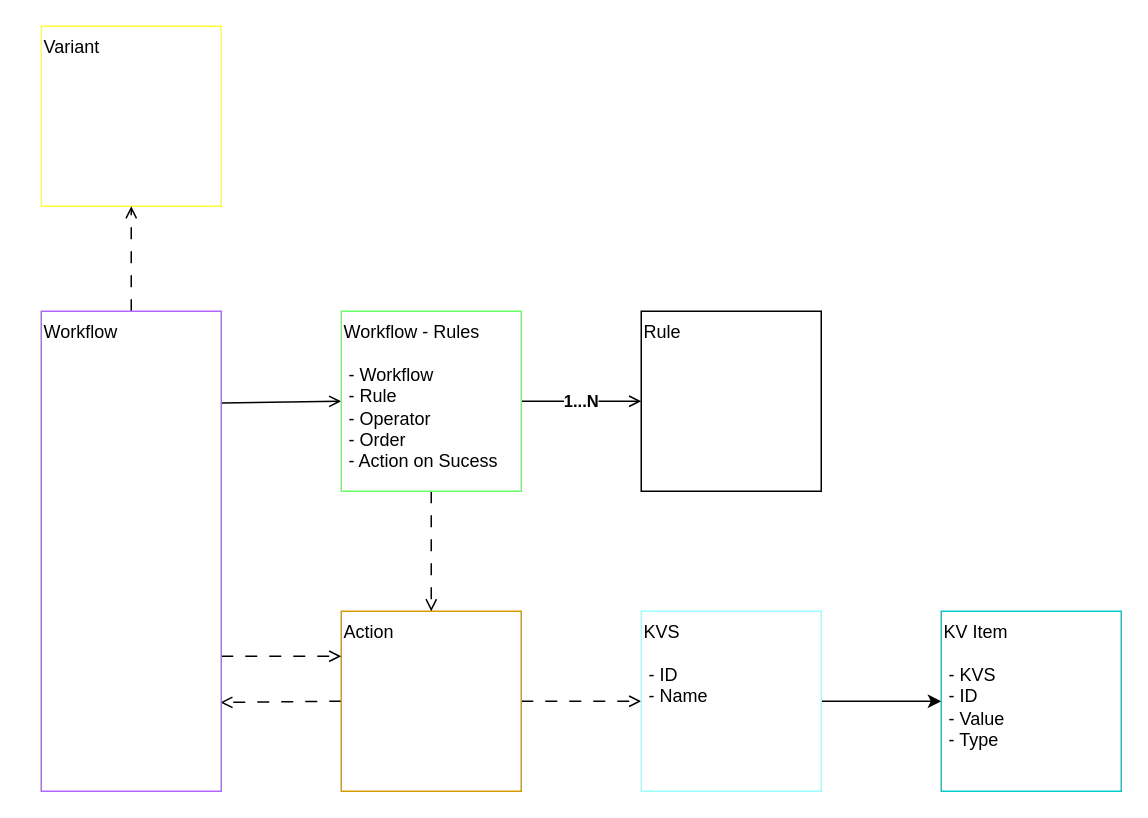
Above: page "Connections" (1 of 3) of NRule.drawio in edervzz/nrules (draw.io), before the change. Source tidied: cells renumbered, new cells numbered last; positions are measured from the earlier drawing's top-left corner, leaving out a move shared by most shapes. Both pictures are drawn from the tidied source at 150%, with x=0, y=0 at pixel (40, 26).
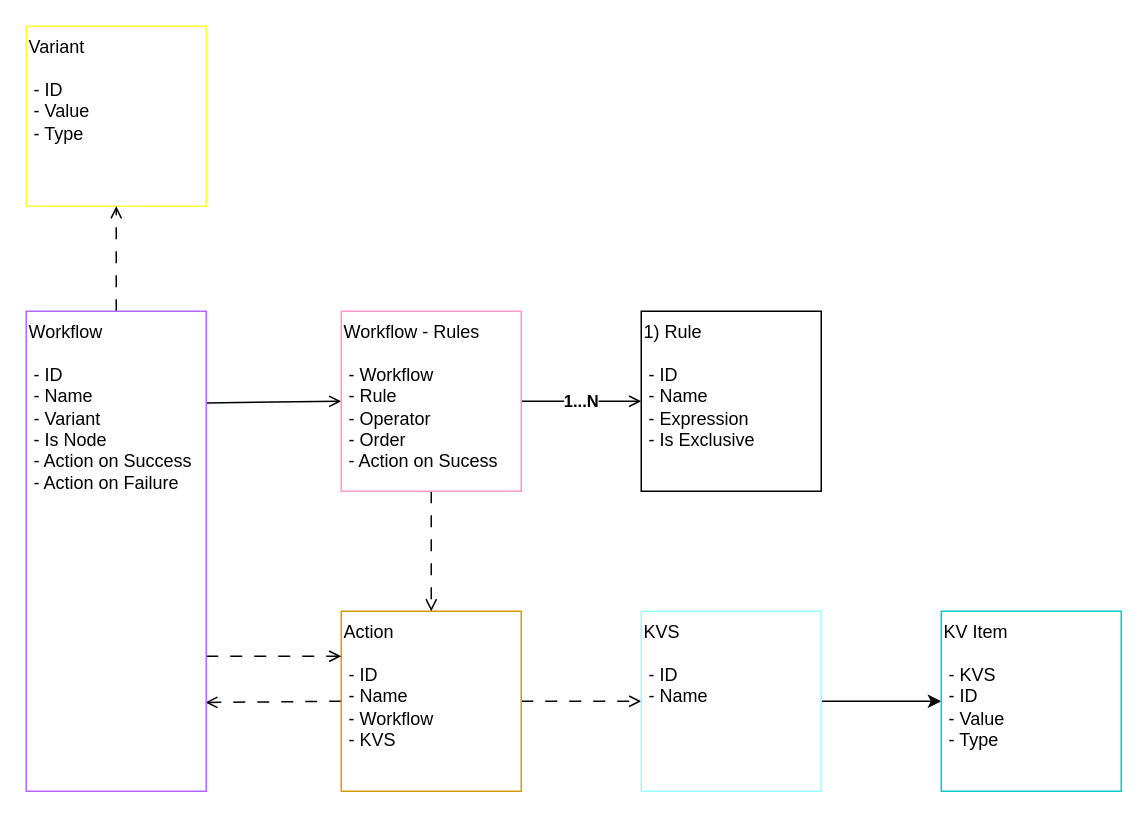
After the change.

The edit, as a diff of the source:
```diff
@@
 <mxGraphModel>
   <root>
     <mxCell id="0" />
     <mxCell id="1" parent="0" />
     <mxCell id="2" style="edgeStyle=none;html=1;dashed=1;endArrow=open;endFill=0;dashPattern=8 8;" parent="1" edge="1" source="4" target="15">
       <mxGeometry relative="1" as="geometry" />
     </mxCell>
     <mxCell id="3" style="edgeStyle=none;html=1;entryX=0.995;entryY=0.815;entryDx=0;entryDy=0;exitX=0;exitY=0.5;exitDx=0;exitDy=0;entryPerimeter=0;endArrow=open;endFill=0;dashed=1;dashPattern=8 8;" parent="1" edge="1" source="4" target="9">
       <mxGeometry relative="1" as="geometry" />
     </mxCell>
-    <mxCell id="4" value="Action&lt;br&gt;" style="rounded=0;whiteSpace=wrap;html=1;strokeColor=#d79b00;fillColor=none;gradientColor=#ffa500;align=left;verticalAlign=top;" parent="1" vertex="1">
+    <mxCell id="4" value="Action&lt;br&gt;&lt;br&gt;&amp;nbsp;- ID&lt;br&gt;&amp;nbsp;- Name&lt;br&gt;&amp;nbsp;- Workflow&lt;br&gt;&amp;nbsp;- KVS" style="rounded=0;whiteSpace=wrap;html=1;strokeColor=#d79b00;fillColor=none;gradientColor=#ffa500;align=left;verticalAlign=top;" parent="1" vertex="1">
       <mxGeometry x="200" y="390" width="120" height="120" as="geometry" />
     </mxCell>
-    <mxCell id="5" value="Variant&lt;br&gt;" style="rounded=0;whiteSpace=wrap;html=1;strokeColor=#FFFF33;fillColor=none;gradientColor=#ffd966;align=left;verticalAlign=top;" parent="1" vertex="1">
-      <mxGeometry width="120" height="120" as="geometry" />
+    <mxCell id="5" value="Variant&lt;br&gt;&lt;br&gt;&amp;nbsp;- ID&lt;br&gt;&amp;nbsp;- Value&lt;br&gt;&amp;nbsp;- Type" style="rounded=0;whiteSpace=wrap;html=1;strokeColor=#FFFF33;fillColor=none;gradientColor=#ffd966;align=left;verticalAlign=top;" parent="1" vertex="1">
+      <mxGeometry x="-10" width="120" height="120" as="geometry" />
     </mxCell>
     <mxCell id="6" style="edgeStyle=none;html=1;entryX=0;entryY=0.5;entryDx=0;entryDy=0;exitX=0.998;exitY=0.191;exitDx=0;exitDy=0;exitPerimeter=0;endArrow=open;endFill=0;" parent="1" edge="1" source="9" target="13">
       <mxGeometry relative="1" as="geometry" />
     </mxCell>
     <mxCell id="7" style="edgeStyle=none;html=1;entryX=0.5;entryY=1;entryDx=0;entryDy=0;endArrow=open;endFill=0;dashed=1;dashPattern=8 8;" parent="1" edge="1" source="9" target="5">
       <mxGeometry relative="1" as="geometry" />
     </mxCell>
     <mxCell id="8" style="edgeStyle=none;html=1;entryX=0;entryY=0.25;entryDx=0;entryDy=0;dashed=1;dashPattern=8 8;endArrow=open;endFill=0;exitX=1;exitY=0.719;exitDx=0;exitDy=0;exitPerimeter=0;" parent="1" edge="1" source="9" target="4">
       <mxGeometry relative="1" as="geometry" />
     </mxCell>
-    <mxCell id="9" value="Workflow&lt;br&gt;" style="rounded=0;whiteSpace=wrap;html=1;verticalAlign=top;align=left;fillColor=none;strokeColor=#B266FF;gradientDirection=south;gradientColor=#7ea6e0;" parent="1" vertex="1">
-      <mxGeometry y="190" width="120" height="320" as="geometry" />
+    <mxCell id="9" value="Workflow&lt;br&gt;&lt;br&gt;&amp;nbsp;- ID&lt;br&gt;&amp;nbsp;- Name&lt;br&gt;&amp;nbsp;- Variant&lt;br&gt;&amp;nbsp;- Is Node&lt;br&gt;&amp;nbsp;- Action on Success&lt;br&gt;&amp;nbsp;- Action on Failure" style="rounded=0;whiteSpace=wrap;html=1;verticalAlign=top;align=left;fillColor=none;strokeColor=#B266FF;gradientDirection=south;gradientColor=#7ea6e0;" parent="1" vertex="1">
+      <mxGeometry x="-10" y="190" width="120" height="320" as="geometry" />
     </mxCell>
-    <mxCell id="10" value="Rule&lt;br&gt;&amp;nbsp;" style="rounded=0;whiteSpace=wrap;html=1;align=left;verticalAlign=top;" parent="1" vertex="1">
+    <mxCell id="10" value="1) Rule&lt;br&gt;&lt;br&gt;&amp;nbsp;- ID&lt;br&gt;&amp;nbsp;- Name&lt;br&gt;&amp;nbsp;- Expression&lt;br&gt;&amp;nbsp;- Is Exclusive" style="rounded=0;whiteSpace=wrap;html=1;align=left;verticalAlign=top;" parent="1" vertex="1">
       <mxGeometry x="400" y="190" width="120" height="120" as="geometry" />
     </mxCell>
     <mxCell id="11" value="1...N" style="edgeStyle=none;html=1;fontStyle=1;endArrow=open;endFill=0;" parent="1" edge="1" source="13" target="10">
       <mxGeometry relative="1" as="geometry" />
     </mxCell>
     <mxCell id="12" style="edgeStyle=none;html=1;endArrow=open;endFill=0;dashed=1;dashPattern=8 8;" parent="1" edge="1" source="13" target="4">
       <mxGeometry relative="1" as="geometry" />
     </mxCell>
-    <mxCell id="13" value="Workflow - Rules&lt;br&gt;&lt;br&gt;&amp;nbsp;- Workflow&lt;br&gt;&amp;nbsp;- Rule&lt;br&gt;&amp;nbsp;- Operator&lt;br&gt;&amp;nbsp;- Order&lt;br&gt;&amp;nbsp;- Action on Sucess" style="rounded=0;whiteSpace=wrap;html=1;strokeColor=#66FF66;fillColor=none;gradientColor=#ffa500;align=left;verticalAlign=top;" parent="1" vertex="1">
+    <mxCell id="13" value="Workflow - Rules&lt;br&gt;&lt;br&gt;&amp;nbsp;- Workflow&lt;br&gt;&amp;nbsp;- Rule&lt;br&gt;&amp;nbsp;- Operator&lt;br&gt;&amp;nbsp;- Order&lt;br&gt;&amp;nbsp;- Action on Sucess" style="rounded=0;whiteSpace=wrap;html=1;strokeColor=#FF99CC;fillColor=none;gradientColor=#ffa500;align=left;verticalAlign=top;" parent="1" vertex="1">
       <mxGeometry x="200" y="190" width="120" height="120" as="geometry" />
     </mxCell>
     <mxCell id="14" style="edgeStyle=none;html=1;" parent="1" edge="1" source="15" target="16">
       <mxGeometry relative="1" as="geometry" />
     </mxCell>
     <mxCell id="15" value="KVS&lt;br&gt;&lt;br&gt;&amp;nbsp;- ID&lt;br&gt;&amp;nbsp;- Name" style="rounded=0;whiteSpace=wrap;html=1;strokeColor=#99FFFF;fillColor=none;gradientColor=#ffa500;align=left;verticalAlign=top;" parent="1" vertex="1">
       <mxGeometry x="400" y="390" width="120" height="120" as="geometry" />
     </mxCell>
     <mxCell id="16" value="KV Item&lt;br&gt;&lt;br&gt;&amp;nbsp;- KVS&lt;br&gt;&amp;nbsp;- ID&lt;br&gt;&amp;nbsp;- Value&lt;br&gt;&amp;nbsp;- Type" style="rounded=0;whiteSpace=wrap;html=1;strokeColor=#00CCCC;fillColor=none;gradientColor=#ffa500;align=left;verticalAlign=top;" parent="1" vertex="1">
       <mxGeometry x="600" y="390" width="120" height="120" as="geometry" />
     </mxCell>
   </root>
 </mxGraphModel>
```
